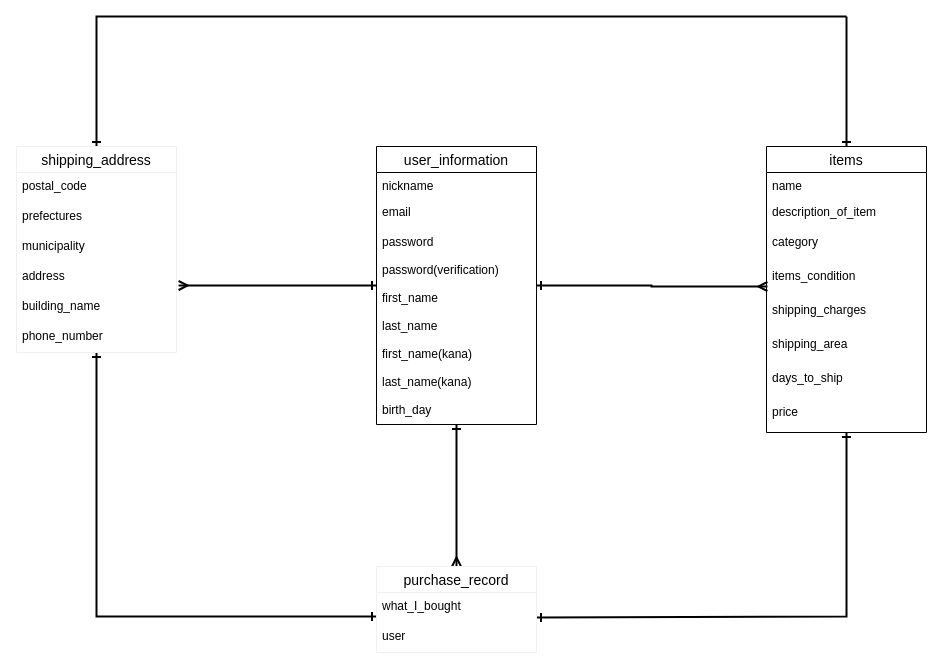
sairas774/furima-35582 keeps this draw.io diagram as furima_ER.dio. Above is the earlier version. Source tidied: cells renumbered, new cells numbered last; positions are measured from the earlier drawing's top-left corner, leaving out a move shared by most shapes. Both pictures are drawn from the tidied source at 100%, with x=0, y=0 at pixel (16, 16).
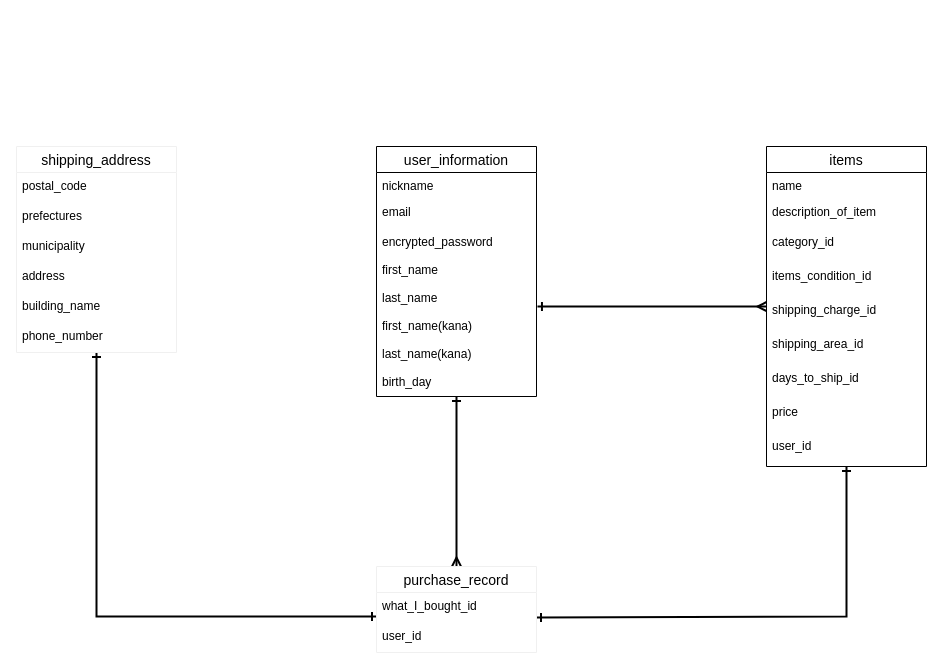
The same diagram, later.

Commit message (it also covers changes not shown here):
データベース修正３

The change refers to these unchanged cells:
```xml
<mxCell id="28" value="shipping_address" style="swimlane;fontStyle=0;horizontal=1;startSize=26;align=center;fontSize=14;strokeColor=#f0f0f0;fillColor=none;" parent="1" vertex="1">
  <mxGeometry y="130" width="160" height="206" as="geometry" />
</mxCell>
<mxCell id="32" value="address" style="text;strokeColor=none;fillColor=none;spacingLeft=4;spacingRight=4;overflow=hidden;points=[[0,0.5],[1,0.5]];portConstraint=eastwest;fontSize=12;" parent="28" vertex="1">
  <mxGeometry y="116" width="160" height="30" as="geometry" />
</mxCell>
<mxCell id="35" value="purchase_record" style="swimlane;fontStyle=0;horizontal=1;startSize=26;align=center;fontSize=14;strokeColor=#f0f0f0;fillColor=none;" parent="1" vertex="1">
  <mxGeometry x="360" y="550" width="160" height="86" as="geometry" />
</mxCell>
```

Diff of the diagram source:
```diff
@@
-    <mxCell id="2" style="edgeStyle=orthogonalEdgeStyle;rounded=0;jettySize=auto;html=1;entryX=1.013;entryY=0.767;entryDx=0;entryDy=0;entryPerimeter=0;startArrow=ERone;startFill=0;endArrow=ERmany;endFill=0;strokeWidth=2;" parent="1" edge="1" source="5" target="32">
-      <mxGeometry relative="1" as="geometry" />
-    </mxCell>
-    <mxCell id="3" style="edgeStyle=orthogonalEdgeStyle;rounded=0;jettySize=auto;html=1;entryX=0.006;entryY=0.706;entryDx=0;entryDy=0;entryPerimeter=0;startArrow=ERone;startFill=0;endArrow=ERmany;endFill=0;strokeWidth=2;" parent="1" edge="1" source="5" target="21">
-      <mxGeometry relative="1" as="geometry" />
-    </mxCell>
@@
     <mxCell id="5" value="user_information" style="swimlane;fontStyle=0;horizontal=1;startSize=26;align=center;fontSize=14;" parent="1" vertex="1">
-      <mxGeometry x="360" y="130" width="160" height="278" as="geometry" />
+      <mxGeometry x="360" y="130" width="160" height="250" as="geometry" />
     </mxCell>
@@
-    <mxCell id="8" value="password" style="text;strokeColor=none;fillColor=none;spacingLeft=4;spacingRight=4;overflow=hidden;fontSize=12;" parent="5" vertex="1">
+    <mxCell id="8" value="encrypted_password" style="text;strokeColor=none;fillColor=none;spacingLeft=4;spacingRight=4;overflow=hidden;fontSize=12;" parent="5" vertex="1">
       <mxGeometry y="82" width="160" height="28" as="geometry" />
     </mxCell>
-    <mxCell id="9" value="password(verification)" style="text;strokeColor=none;fillColor=none;spacingLeft=4;spacingRight=4;overflow=hidden;fontSize=12;" parent="5" vertex="1">
-      <mxGeometry y="110" width="160" height="28" as="geometry" />
-    </mxCell>
     <mxCell id="10" value="first_name" style="text;strokeColor=none;fillColor=none;spacingLeft=4;spacingRight=4;overflow=hidden;fontSize=12;" parent="5" vertex="1">
-      <mxGeometry y="138" width="160" height="28" as="geometry" />
+      <mxGeometry y="110" width="160" height="28" as="geometry" />
     </mxCell>
     <mxCell id="11" value="last_name" style="text;strokeColor=none;fillColor=none;spacingLeft=4;spacingRight=4;overflow=hidden;points=[[0,0.5],[1,0.5]];portConstraint=eastwest;fontSize=12;" parent="5" vertex="1">
-      <mxGeometry y="166" width="160" height="28" as="geometry" />
+      <mxGeometry y="138" width="160" height="28" as="geometry" />
     </mxCell>
     <mxCell id="12" value="first_name(kana)" style="text;strokeColor=none;fillColor=none;spacingLeft=4;spacingRight=4;overflow=hidden;fontSize=12;" parent="5" vertex="1">
-      <mxGeometry y="194" width="160" height="28" as="geometry" />
+      <mxGeometry y="166" width="160" height="28" as="geometry" />
     </mxCell>
     <mxCell id="13" value="last_name(kana)" style="text;strokeColor=none;fillColor=none;spacingLeft=4;spacingRight=4;overflow=hidden;fontSize=12;" parent="5" vertex="1">
-      <mxGeometry y="222" width="160" height="28" as="geometry" />
+      <mxGeometry y="194" width="160" height="28" as="geometry" />
     </mxCell>
     <mxCell id="14" value="birth_day" style="text;strokeColor=none;fillColor=none;spacingLeft=4;spacingRight=4;overflow=hidden;fontSize=12;" parent="5" vertex="1">
-      <mxGeometry y="250" width="160" height="28" as="geometry" />
+      <mxGeometry y="222" width="160" height="28" as="geometry" />
     </mxCell>
-    <mxCell id="15" style="edgeStyle=orthogonalEdgeStyle;rounded=0;jettySize=auto;html=1;startArrow=ERone;startFill=0;endArrow=none;endFill=0;strokeWidth=2;" parent="1" edge="1" source="17">
-      <mxGeometry relative="1" as="geometry">
-        <mxPoint x="830" as="targetPoint" />
-      </mxGeometry>
-    </mxCell>
@@
+    <mxCell id="38" style="edgeStyle=orthogonalEdgeStyle;rounded=0;jettySize=auto;html=1;entryX=1.006;entryY=0.786;entryDx=0;entryDy=0;entryPerimeter=0;startArrow=ERmany;startFill=0;endArrow=ERone;endFill=0;strokeWidth=2;" parent="1" edge="1" source="17" target="11">
+      <mxGeometry relative="1" as="geometry" />
+    </mxCell>
     <mxCell id="17" value="items" style="swimlane;fontStyle=0;horizontal=1;startSize=26;align=center;fontSize=14;" parent="1" vertex="1">
-      <mxGeometry x="750" y="130" width="160" height="286" as="geometry" />
+      <mxGeometry x="750" y="130" width="160" height="320" as="geometry" />
     </mxCell>
@@
-    <mxCell id="20" value="category" style="text;strokeColor=none;spacingLeft=4;spacingRight=4;overflow=hidden;fontSize=12;align=left;" parent="17" vertex="1">
+    <mxCell id="20" value="category_id" style="text;strokeColor=none;spacingLeft=4;spacingRight=4;overflow=hidden;fontSize=12;align=left;" parent="17" vertex="1">
       <mxGeometry y="82" width="160" height="34" as="geometry" />
     </mxCell>
-    <mxCell id="21" value="items_condition" style="text;strokeColor=none;spacingLeft=4;spacingRight=4;overflow=hidden;points=[[0,0.5],[1,0.5]];portConstraint=eastwest;fontSize=12;align=left;" parent="17" vertex="1">
+    <mxCell id="21" value="items_condition_id" style="text;strokeColor=none;spacingLeft=4;spacingRight=4;overflow=hidden;points=[[0,0.5],[1,0.5]];portConstraint=eastwest;fontSize=12;align=left;" parent="17" vertex="1">
       <mxGeometry y="116" width="160" height="34" as="geometry" />
     </mxCell>
-    <mxCell id="22" value="shipping_charges" style="text;strokeColor=none;spacingLeft=4;spacingRight=4;overflow=hidden;fontSize=12;align=left;" parent="17" vertex="1">
+    <mxCell id="22" value="shipping_charge_id" style="text;strokeColor=none;spacingLeft=4;spacingRight=4;overflow=hidden;fontSize=12;align=left;" parent="17" vertex="1">
       <mxGeometry y="150" width="160" height="34" as="geometry" />
     </mxCell>
-    <mxCell id="23" value="shipping_area" style="text;strokeColor=none;spacingLeft=4;spacingRight=4;overflow=hidden;fontSize=12;align=left;" parent="17" vertex="1">
+    <mxCell id="23" value="shipping_area_id" style="text;strokeColor=none;spacingLeft=4;spacingRight=4;overflow=hidden;fontSize=12;align=left;" parent="17" vertex="1">
       <mxGeometry y="184" width="160" height="34" as="geometry" />
     </mxCell>
-    <mxCell id="24" value="days_to_ship" style="text;strokeColor=none;spacingLeft=4;spacingRight=4;overflow=hidden;fontSize=12;align=left;" parent="17" vertex="1">
+    <mxCell id="24" value="days_to_ship_id" style="text;strokeColor=none;spacingLeft=4;spacingRight=4;overflow=hidden;fontSize=12;align=left;" parent="17" vertex="1">
       <mxGeometry y="218" width="160" height="34" as="geometry" />
     </mxCell>
+    <mxCell id="39" value="price" style="text;strokeColor=none;spacingLeft=4;spacingRight=4;overflow=hidden;fontSize=12;align=left;" parent="17" vertex="1">
+      <mxGeometry y="252" width="160" height="34" as="geometry" />
+    </mxCell>
-    <mxCell id="25" value="price" style="text;strokeColor=none;spacingLeft=4;spacingRight=4;overflow=hidden;fontSize=12;align=left;" parent="17" vertex="1">
-      <mxGeometry y="252" width="160" height="34" as="geometry" />
+    <mxCell id="25" value="user_id" style="text;strokeColor=none;spacingLeft=4;spacingRight=4;overflow=hidden;fontSize=12;align=left;" parent="17" vertex="1">
+      <mxGeometry y="286" width="160" height="34" as="geometry" />
     </mxCell>
-    <mxCell id="26" style="edgeStyle=orthogonalEdgeStyle;rounded=0;jettySize=auto;html=1;startArrow=ERone;startFill=0;endArrow=none;endFill=0;strokeWidth=2;" parent="1" edge="1" source="28">
-      <mxGeometry relative="1" as="geometry">
-        <mxPoint x="830" as="targetPoint" />
-        <Array as="points">
-          <mxPoint x="80" />
-        </Array>
-      </mxGeometry>
-    </mxCell>
@@
-    <mxCell id="36" value="what_I_bought" style="text;strokeColor=none;fillColor=none;spacingLeft=4;spacingRight=4;overflow=hidden;points=[[0,0.5],[1,0.5]];portConstraint=eastwest;fontSize=12;" parent="35" vertex="1">
+    <mxCell id="36" value="what_I_bought_id" style="text;strokeColor=none;fillColor=none;spacingLeft=4;spacingRight=4;overflow=hidden;points=[[0,0.5],[1,0.5]];portConstraint=eastwest;fontSize=12;" parent="35" vertex="1">
       <mxGeometry y="26" width="160" height="30" as="geometry" />
     </mxCell>
-    <mxCell id="37" value="user" style="text;strokeColor=none;fillColor=none;spacingLeft=4;spacingRight=4;overflow=hidden;fontSize=12;" parent="35" vertex="1">
+    <mxCell id="37" value="user_id" style="text;strokeColor=none;fillColor=none;spacingLeft=4;spacingRight=4;overflow=hidden;fontSize=12;" parent="35" vertex="1">
       <mxGeometry y="56" width="160" height="30" as="geometry" />
     </mxCell>
```
